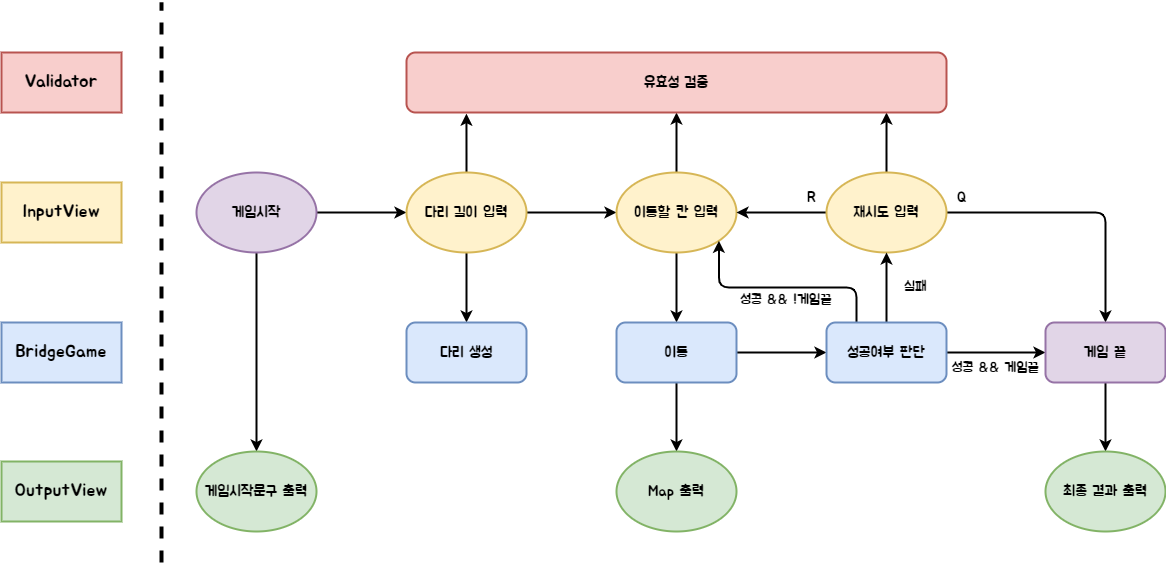
Above: docs/chart.png in woowacourse-precourse/javascript-bridge (draw.io), before the change. Source tidied: cells renumbered, new cells last; positions are measured from the earlier drawing's top-left corner, leaving out a move shared by most shapes.
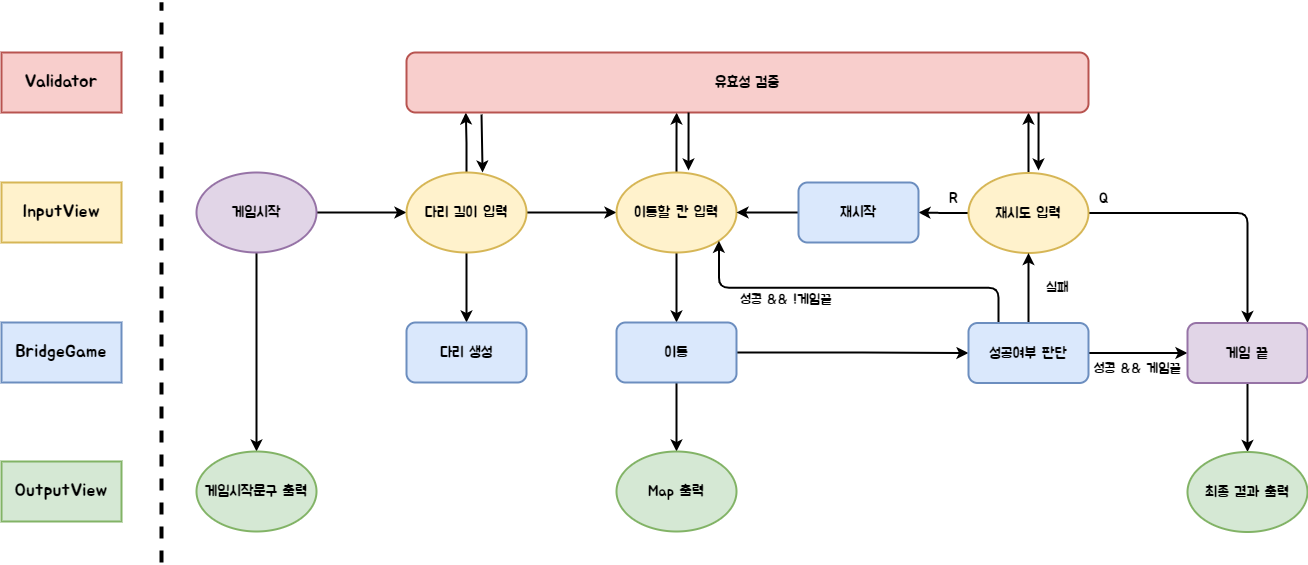
The same diagram one commit later.

Commit message:
📝 docs(readme): flow chart 수정, 재입력 기능목록 추가,  bridgeMap 만드는 기능 분리

What changed in the source:
```diff
@@ -17,7 +17,7 @@
     <mxCell id="6" style="edgeStyle=orthogonalEdgeStyle;rounded=1;jettySize=auto;html=1;entryX=0.5;entryY=0;entryDx=0;entryDy=0;fontFamily=Jua;fontSource=https%3A%2F%2Ffonts.googleapis.com%2Fcss%3Ffamily%3DJua;strokeWidth=2;fontSize=15;" parent="1" edge="1" source="8" target="16">
       <mxGeometry relative="1" as="geometry" />
     </mxCell>
-    <mxCell id="7" style="edgeStyle=orthogonalEdgeStyle;rounded=1;jettySize=auto;html=1;entryX=0.111;entryY=1.02;entryDx=0;entryDy=0;entryPerimeter=0;fontFamily=Jua;fontSource=https%3A%2F%2Ffonts.googleapis.com%2Fcss%3Ffamily%3DJua;strokeWidth=2;fontSize=15;" parent="1" edge="1" source="8" target="29">
+    <mxCell id="7" style="edgeStyle=orthogonalEdgeStyle;rounded=0;jettySize=auto;html=1;exitX=0.5;exitY=0;exitDx=0;exitDy=0;entryX=0.087;entryY=1;entryDx=0;entryDy=0;entryPerimeter=0;strokeWidth=2;" parent="1" edge="1" source="8" target="29">
       <mxGeometry relative="1" as="geometry" />
     </mxCell>
     <mxCell id="8" value="다리 길이 입력" style="ellipse;whiteSpace=wrap;html=1;fillColor=#fff2cc;strokeColor=#d6b656;fontFamily=Jua;fontSource=https%3A%2F%2Ffonts.googleapis.com%2Fcss%3Ffamily%3DJua;strokeWidth=2;fontSize=15;rounded=1;" parent="1" vertex="1">
@@ -26,23 +26,23 @@
     <mxCell id="9" style="edgeStyle=orthogonalEdgeStyle;rounded=1;jettySize=auto;html=1;entryX=0.5;entryY=0;entryDx=0;entryDy=0;fontFamily=Jua;fontSource=https%3A%2F%2Ffonts.googleapis.com%2Fcss%3Ffamily%3DJua;strokeWidth=2;fontSize=15;" parent="1" edge="1" source="11" target="19">
       <mxGeometry relative="1" as="geometry" />
     </mxCell>
-    <mxCell id="10" style="edgeStyle=orthogonalEdgeStyle;rounded=1;jettySize=auto;html=1;entryX=0.5;entryY=1;entryDx=0;entryDy=0;fontFamily=Jua;fontSource=https%3A%2F%2Ffonts.googleapis.com%2Fcss%3Ffamily%3DJua;strokeWidth=2;fontSize=15;" parent="1" edge="1" source="11" target="29">
+    <mxCell id="10" style="edgeStyle=orthogonalEdgeStyle;rounded=0;jettySize=auto;html=1;entryX=0.396;entryY=1;entryDx=0;entryDy=0;entryPerimeter=0;strokeWidth=2;" parent="1" edge="1" source="11" target="29">
       <mxGeometry relative="1" as="geometry" />
     </mxCell>
     <mxCell id="11" value="이동할 칸 입력" style="ellipse;whiteSpace=wrap;html=1;fillColor=#fff2cc;strokeColor=#d6b656;fontFamily=Jua;fontSource=https%3A%2F%2Ffonts.googleapis.com%2Fcss%3Ffamily%3DJua;strokeWidth=2;fontSize=15;rounded=1;" parent="1" vertex="1">
       <mxGeometry x="615" y="170" width="120" height="80" as="geometry" />
     </mxCell>
-    <mxCell id="12" style="edgeStyle=orthogonalEdgeStyle;rounded=1;jettySize=auto;html=1;entryX=1;entryY=0.5;entryDx=0;entryDy=0;fontFamily=Jua;fontSource=https%3A%2F%2Ffonts.googleapis.com%2Fcss%3Ffamily%3DJua;strokeWidth=2;fontSize=15;" parent="1" edge="1" source="15" target="11">
+    <mxCell id="12" style="edgeStyle=orthogonalEdgeStyle;rounded=1;jettySize=auto;html=1;fontFamily=Jua;fontSource=https%3A%2F%2Ffonts.googleapis.com%2Fcss%3Ffamily%3DJua;strokeWidth=2;fontSize=15;entryX=1;entryY=0.5;entryDx=0;entryDy=0;" parent="1" edge="1" source="15" target="44">
       <mxGeometry relative="1" as="geometry" />
     </mxCell>
     <mxCell id="13" style="edgeStyle=orthogonalEdgeStyle;rounded=1;jettySize=auto;html=1;entryX=0.5;entryY=0;entryDx=0;entryDy=0;fontFamily=Jua;fontSource=https%3A%2F%2Ffonts.googleapis.com%2Fcss%3Ffamily%3DJua;strokeWidth=2;fontSize=15;" parent="1" edge="1" source="15" target="25">
       <mxGeometry relative="1" as="geometry" />
     </mxCell>
-    <mxCell id="14" style="edgeStyle=orthogonalEdgeStyle;rounded=1;jettySize=auto;html=1;entryX=0.889;entryY=1;entryDx=0;entryDy=0;entryPerimeter=0;fontFamily=Jua;fontSource=https%3A%2F%2Ffonts.googleapis.com%2Fcss%3Ffamily%3DJua;strokeWidth=2;fontSize=15;" parent="1" edge="1" source="15" target="29">
+    <mxCell id="14" style="edgeStyle=orthogonalEdgeStyle;rounded=0;jettySize=auto;html=1;entryX=0.912;entryY=1;entryDx=0;entryDy=0;entryPerimeter=0;strokeWidth=2;" parent="1" edge="1" source="15" target="29">
       <mxGeometry relative="1" as="geometry" />
     </mxCell>
     <mxCell id="15" value="재시도 입력" style="ellipse;whiteSpace=wrap;html=1;fillColor=#fff2cc;strokeColor=#d6b656;fontFamily=Jua;fontSource=https%3A%2F%2Ffonts.googleapis.com%2Fcss%3Ffamily%3DJua;strokeWidth=2;fontSize=15;rounded=1;" parent="1" vertex="1">
-      <mxGeometry x="825" y="170" width="120" height="80" as="geometry" />
+      <mxGeometry x="967" y="170.5" width="120" height="80" as="geometry" />
     </mxCell>
     <mxCell id="16" value="다리 생성" style="rounded=1;whiteSpace=wrap;html=1;fontFamily=Jua;fontSource=https%3A%2F%2Ffonts.googleapis.com%2Fcss%3Ffamily%3DJua;fillColor=#dae8fc;strokeColor=#6c8ebf;strokeWidth=2;fontSize=15;" parent="1" vertex="1">
       <mxGeometry x="405" y="320" width="120" height="60" as="geometry" />
@@ -66,40 +66,40 @@
       <mxGeometry relative="1" as="geometry" />
     </mxCell>
     <mxCell id="23" value="성공여부 판단" style="rounded=1;whiteSpace=wrap;html=1;fontFamily=Jua;fontSource=https%3A%2F%2Ffonts.googleapis.com%2Fcss%3Ffamily%3DJua;fillColor=#dae8fc;strokeColor=#6c8ebf;strokeWidth=2;fontSize=15;" parent="1" vertex="1">
-      <mxGeometry x="825" y="320" width="120" height="60" as="geometry" />
+      <mxGeometry x="967" y="320.5" width="120" height="60" as="geometry" />
     </mxCell>
     <mxCell id="24" style="edgeStyle=orthogonalEdgeStyle;rounded=1;jettySize=auto;html=1;entryX=0.5;entryY=0;entryDx=0;entryDy=0;fontFamily=Jua;fontSource=https%3A%2F%2Ffonts.googleapis.com%2Fcss%3Ffamily%3DJua;strokeWidth=2;fontSize=15;" parent="1" edge="1" source="25" target="27">
       <mxGeometry relative="1" as="geometry" />
     </mxCell>
     <mxCell id="25" value="게임 끝" style="rounded=1;whiteSpace=wrap;html=1;fontFamily=Jua;fontSource=https%3A%2F%2Ffonts.googleapis.com%2Fcss%3Ffamily%3DJua;fillColor=#e1d5e7;strokeColor=#9673a6;strokeWidth=2;fontSize=15;" parent="1" vertex="1">
-      <mxGeometry x="1044" y="320" width="120" height="60" as="geometry" />
+      <mxGeometry x="1186" y="320.5" width="120" height="60" as="geometry" />
     </mxCell>
     <mxCell id="26" value="Map 출력" style="ellipse;whiteSpace=wrap;html=1;fontFamily=Jua;fontSource=https%3A%2F%2Ffonts.googleapis.com%2Fcss%3Ffamily%3DJua;fillColor=#d5e8d4;strokeColor=#82b366;strokeWidth=2;fontSize=15;rounded=1;" parent="1" vertex="1">
       <mxGeometry x="615" y="449" width="120" height="80" as="geometry" />
     </mxCell>
     <mxCell id="27" value="최종 결과 출력" style="ellipse;whiteSpace=wrap;html=1;fontFamily=Jua;fontSource=https%3A%2F%2Ffonts.googleapis.com%2Fcss%3Ffamily%3DJua;fillColor=#d5e8d4;strokeColor=#82b366;strokeWidth=2;fontSize=15;rounded=1;" parent="1" vertex="1">
-      <mxGeometry x="1044" y="449" width="120" height="80" as="geometry" />
+      <mxGeometry x="1186" y="449.5" width="120" height="80" as="geometry" />
     </mxCell>
     <mxCell id="28" value="게임시작문구 출력" style="ellipse;whiteSpace=wrap;html=1;fontFamily=Jua;fontSource=https%3A%2F%2Ffonts.googleapis.com%2Fcss%3Ffamily%3DJua;fillColor=#d5e8d4;strokeColor=#82b366;strokeWidth=2;fontSize=15;rounded=1;" parent="1" vertex="1">
       <mxGeometry x="195" y="449" width="120" height="80" as="geometry" />
     </mxCell>
     <mxCell id="29" value="유효성 검증" style="rounded=1;whiteSpace=wrap;html=1;fontFamily=Jua;fontSource=https%3A%2F%2Ffonts.googleapis.com%2Fcss%3Ffamily%3DJua;fillColor=#f8cecc;strokeColor=#b85450;strokeWidth=2;fontSize=15;" parent="1" vertex="1">
-      <mxGeometry x="405" y="50" width="540" height="60" as="geometry" />
+      <mxGeometry x="405" y="50" width="682" height="60" as="geometry" />
     </mxCell>
     <mxCell id="30" value="성공 &amp;amp;&amp;amp; !게임끝&amp;nbsp;" style="text;html=1;align=center;verticalAlign=middle;strokeColor=none;fillColor=none;fontFamily=Jua;fontSource=https%3A%2F%2Ffonts.googleapis.com%2Fcss%3Ffamily%3DJua;strokeWidth=2;fontSize=14;rounded=1;" parent="1" vertex="1">
       <mxGeometry x="727" y="283" width="120" height="30" as="geometry" />
     </mxCell>
     <mxCell id="31" value="실패" style="text;html=1;align=center;verticalAlign=middle;strokeColor=none;fillColor=none;fontFamily=Jua;fontSource=https%3A%2F%2Ffonts.googleapis.com%2Fcss%3Ffamily%3DJua;strokeWidth=1;fontSize=14;rounded=1;perimeterSpacing=0;" parent="1" vertex="1">
-      <mxGeometry x="889" y="270" width="50" height="30" as="geometry" />
+      <mxGeometry x="1031" y="270.5" width="50" height="30" as="geometry" />
     </mxCell>
     <mxCell id="32" value="성공 &amp;amp;&amp;amp; 게임끝" style="text;html=1;align=center;verticalAlign=middle;strokeColor=none;fillColor=none;fontFamily=Jua;fontSource=https%3A%2F%2Ffonts.googleapis.com%2Fcss%3Ffamily%3DJua;strokeWidth=2;fontSize=14;rounded=1;" parent="1" vertex="1">
-      <mxGeometry x="939" y="351" width="110" height="30" as="geometry" />
+      <mxGeometry x="1081" y="351.5" width="110" height="30" as="geometry" />
     </mxCell>
     <mxCell id="33" value="R" style="text;html=1;align=center;verticalAlign=middle;strokeColor=none;fillColor=none;fontFamily=Jua;fontSource=https%3A%2F%2Ffonts.googleapis.com%2Fcss%3Ffamily%3DJua;strokeWidth=2;fontSize=15;rounded=1;" parent="1" vertex="1">
-      <mxGeometry x="795" y="180" width="30" height="30" as="geometry" />
+      <mxGeometry x="937" y="180.5" width="30" height="30" as="geometry" />
     </mxCell>
     <mxCell id="34" value="Q" style="text;html=1;align=center;verticalAlign=middle;strokeColor=none;fillColor=none;fontFamily=Jua;fontSource=https%3A%2F%2Ffonts.googleapis.com%2Fcss%3Ffamily%3DJua;strokeWidth=2;fontSize=15;rounded=1;" parent="1" vertex="1">
-      <mxGeometry x="945" y="180" width="30" height="30" as="geometry" />
+      <mxGeometry x="1087" y="180.5" width="30" height="30" as="geometry" />
     </mxCell>
     <mxCell id="35" value="InputView" style="rounded=0;whiteSpace=wrap;html=1;strokeWidth=2;fontFamily=Jua;fontSource=https%3A%2F%2Ffonts.googleapis.com%2Fcss%3Ffamily%3DJua;fontSize=18;fillColor=#fff2cc;strokeColor=#d6b656;" parent="1" vertex="1">
       <mxGeometry y="180" width="120" height="60" as="geometry" />
@@ -119,5 +119,26 @@
         <mxPoint x="160" as="targetPoint" />
       </mxGeometry>
     </mxCell>
+    <mxCell id="40" style="endArrow=classic;html=1;rounded=0;entryX=0.634;entryY=0;entryDx=0;entryDy=0;entryPerimeter=0;strokeWidth=2;exitX=0.11;exitY=1.033;exitDx=0;exitDy=0;exitPerimeter=0;" parent="1" edge="1" source="29" target="8">
+      <mxGeometry relative="1" as="geometry" />
+    </mxCell>
+    <mxCell id="41" style="endArrow=classic;html=1;rounded=0;exitX=0.141;exitY=1.033;exitDx=0;exitDy=0;exitPerimeter=0;entryX=0.634;entryY=0;entryDx=0;entryDy=0;entryPerimeter=0;strokeWidth=2;" parent="1" edge="1">
+      <mxGeometry relative="1" as="geometry">
+        <mxPoint x="687.1" y="110" as="sourcePoint" />
+        <mxPoint x="687" y="168" as="targetPoint" />
+      </mxGeometry>
+    </mxCell>
+    <mxCell id="42" style="endArrow=classic;html=1;rounded=0;exitX=0.141;exitY=1.033;exitDx=0;exitDy=0;exitPerimeter=0;entryX=0.634;entryY=0;entryDx=0;entryDy=0;entryPerimeter=0;strokeWidth=2;" parent="1" edge="1">
+      <mxGeometry relative="1" as="geometry">
+        <mxPoint x="1037.1" y="110" as="sourcePoint" />
+        <mxPoint x="1037" y="168" as="targetPoint" />
+      </mxGeometry>
+    </mxCell>
+    <mxCell id="43" style="edgeStyle=orthogonalEdgeStyle;rounded=0;jettySize=auto;html=1;entryX=1;entryY=0.5;entryDx=0;entryDy=0;strokeWidth=2;" parent="1" edge="1" source="44" target="11">
+      <mxGeometry relative="1" as="geometry" />
+    </mxCell>
+    <mxCell id="44" value="재시작" style="rounded=1;whiteSpace=wrap;html=1;fontFamily=Jua;fontSource=https%3A%2F%2Ffonts.googleapis.com%2Fcss%3Ffamily%3DJua;fillColor=#dae8fc;strokeColor=#6c8ebf;strokeWidth=2;fontSize=15;" parent="1" vertex="1">
+      <mxGeometry x="797" y="180" width="120" height="60" as="geometry" />
+    </mxCell>
   </root>
 </mxGraphModel>
```
